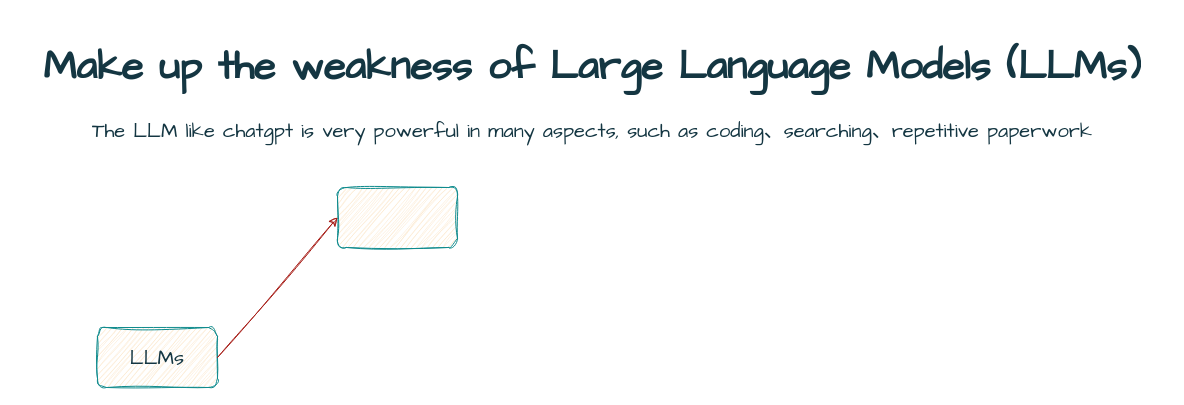
This is 未命名.drawio from littlewwwhite/draw.io, a draw.io file, before an edit. Source tidied: cells renumbered, new cells numbered last; positions are measured from the earlier drawing's top-left corner, leaving out a move shared by most shapes. Both pictures are drawn from the tidied source at 100%, with x=0, y=0 at pixel (17, 27).
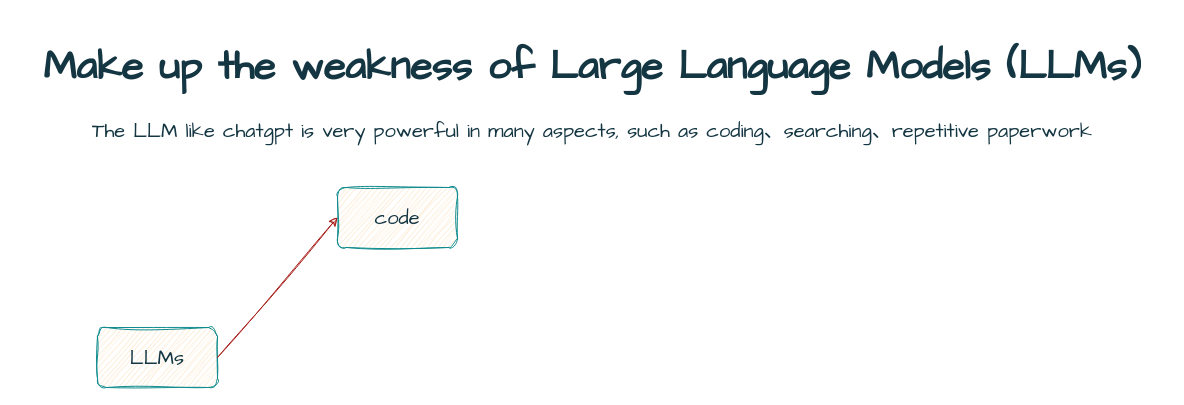
The same page after the edit.

The edit, as a diff of the source:
```diff
@@
 <mxGraphModel background="#ffffff">
   <root>
     <mxCell id="0" />
     <mxCell id="1" parent="0" />
     <mxCell id="2" value="&lt;h1&gt;Make up the weakness of Large Language Models (LLMs)&lt;/h1&gt;&lt;p&gt;The LLM like chatgpt is very powerful in many aspects, such as coding、searching、repetitive paperwork&lt;/p&gt;" style="text;html=1;strokeColor=none;fillColor=none;spacing=5;spacingTop=-20;whiteSpace=wrap;overflow=hidden;rounded=0;fontSize=20;fontFamily=Architects Daughter;fontColor=#143642;align=center;" parent="1" vertex="1">
       <mxGeometry width="1150" height="120" as="geometry" />
     </mxCell>
     <mxCell id="3" value="LLMs" style="rounded=1;whiteSpace=wrap;html=1;sketch=1;hachureGap=4;jiggle=2;curveFitting=1;strokeColor=#0F8B8D;fontFamily=Architects Daughter;fontSize=20;fontColor=#143642;fillColor=#FAE5C7;" parent="1" vertex="1">
       <mxGeometry x="80" y="300" width="120" height="60" as="geometry" />
     </mxCell>
     <mxCell id="4" style="endArrow=classic;html=1;rounded=0;sketch=1;hachureGap=4;jiggle=2;curveFitting=1;strokeColor=#A8201A;fontFamily=Architects Daughter;fontSize=16;fontColor=#143642;fillColor=#FAE5C7;exitX=1;exitY=0.5;exitDx=0;exitDy=0;entryX=0;entryY=0.5;entryDx=0;entryDy=0;" parent="1" edge="1" source="3" target="5">
       <mxGeometry relative="1" as="geometry" />
     </mxCell>
-    <mxCell id="5" style="rounded=1;whiteSpace=wrap;html=1;sketch=1;hachureGap=4;jiggle=2;curveFitting=1;strokeColor=#0F8B8D;fontFamily=Architects Daughter;fontSize=20;fontColor=#143642;fillColor=#FAE5C7;" parent="1" vertex="1">
+    <mxCell id="5" value="code" style="rounded=1;whiteSpace=wrap;html=1;sketch=1;hachureGap=4;jiggle=2;curveFitting=1;strokeColor=#0F8B8D;fontFamily=Architects Daughter;fontSize=20;fontColor=#143642;fillColor=#FAE5C7;" parent="1" vertex="1">
       <mxGeometry x="320" y="160" width="120" height="60" as="geometry" />
     </mxCell>
   </root>
 </mxGraphModel>
```
